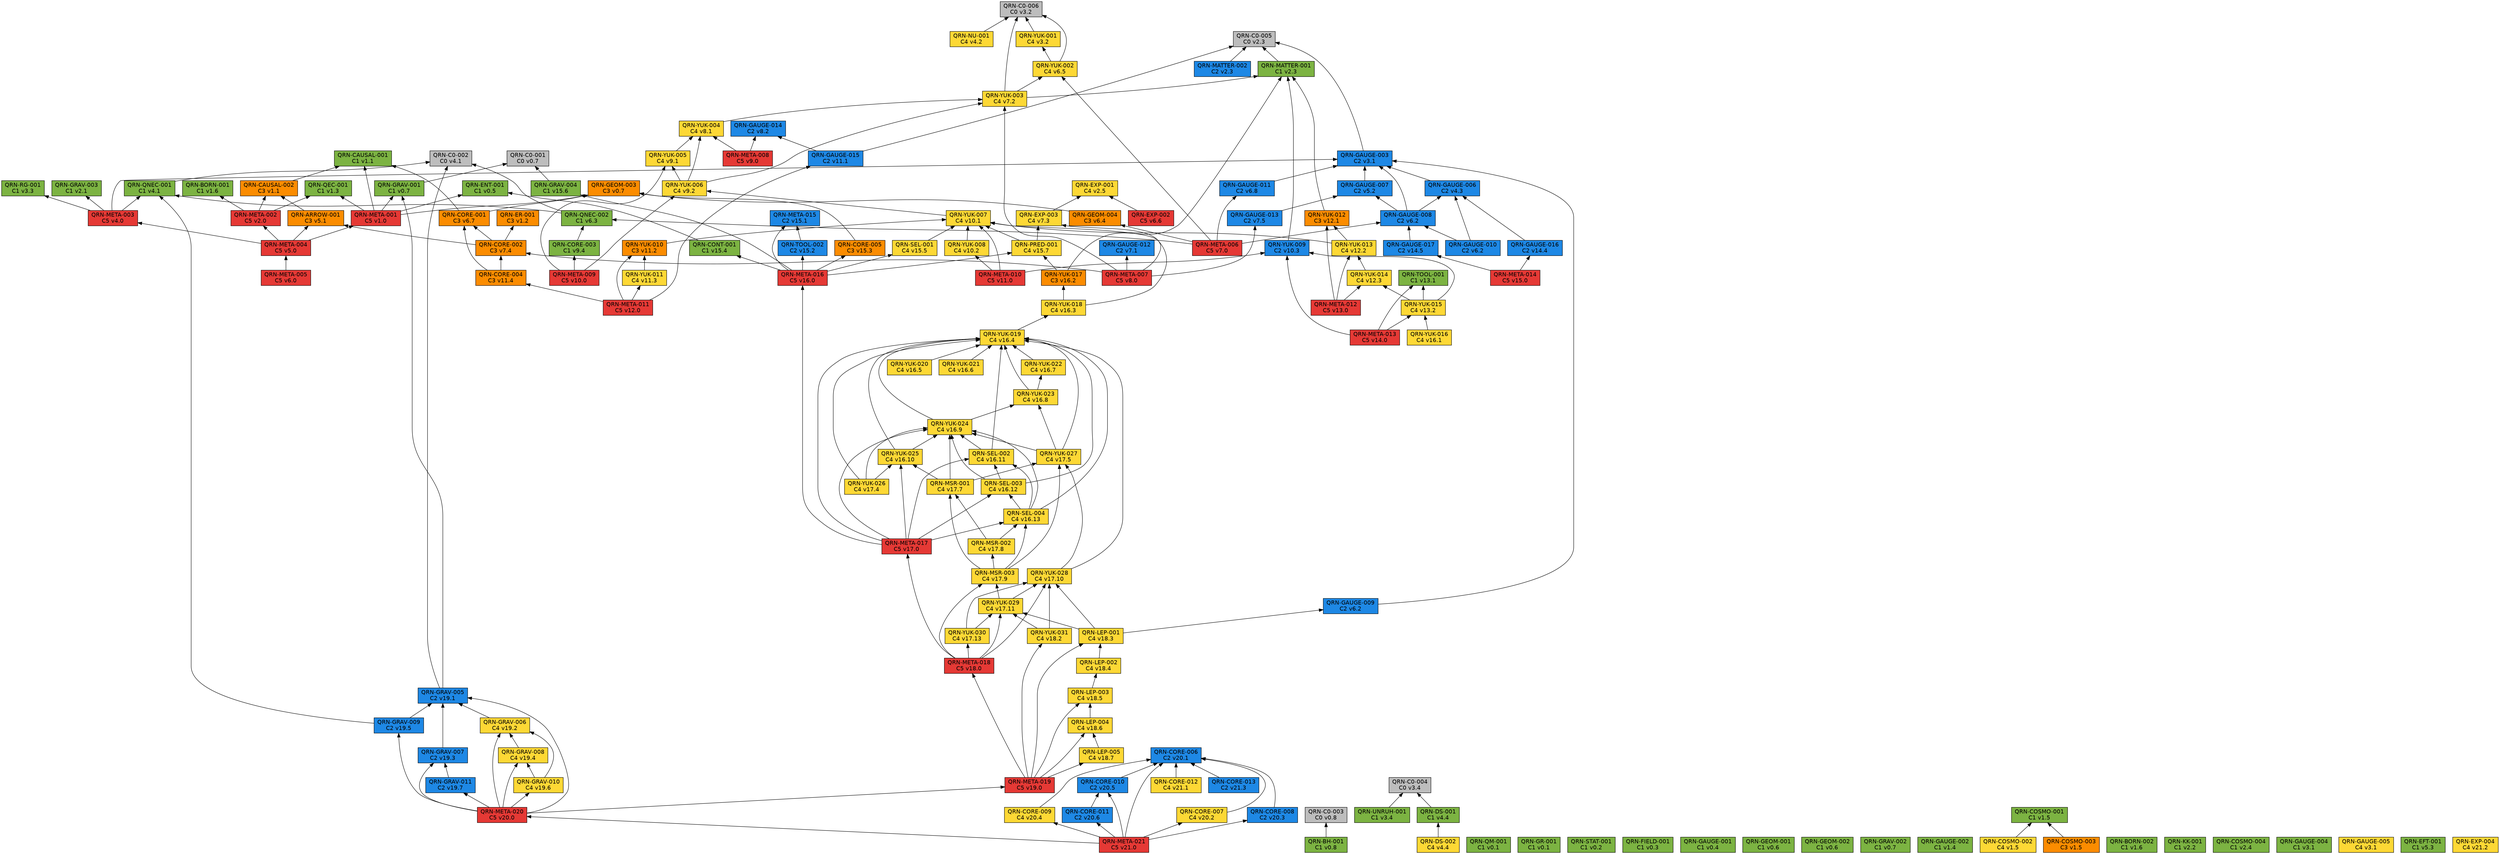
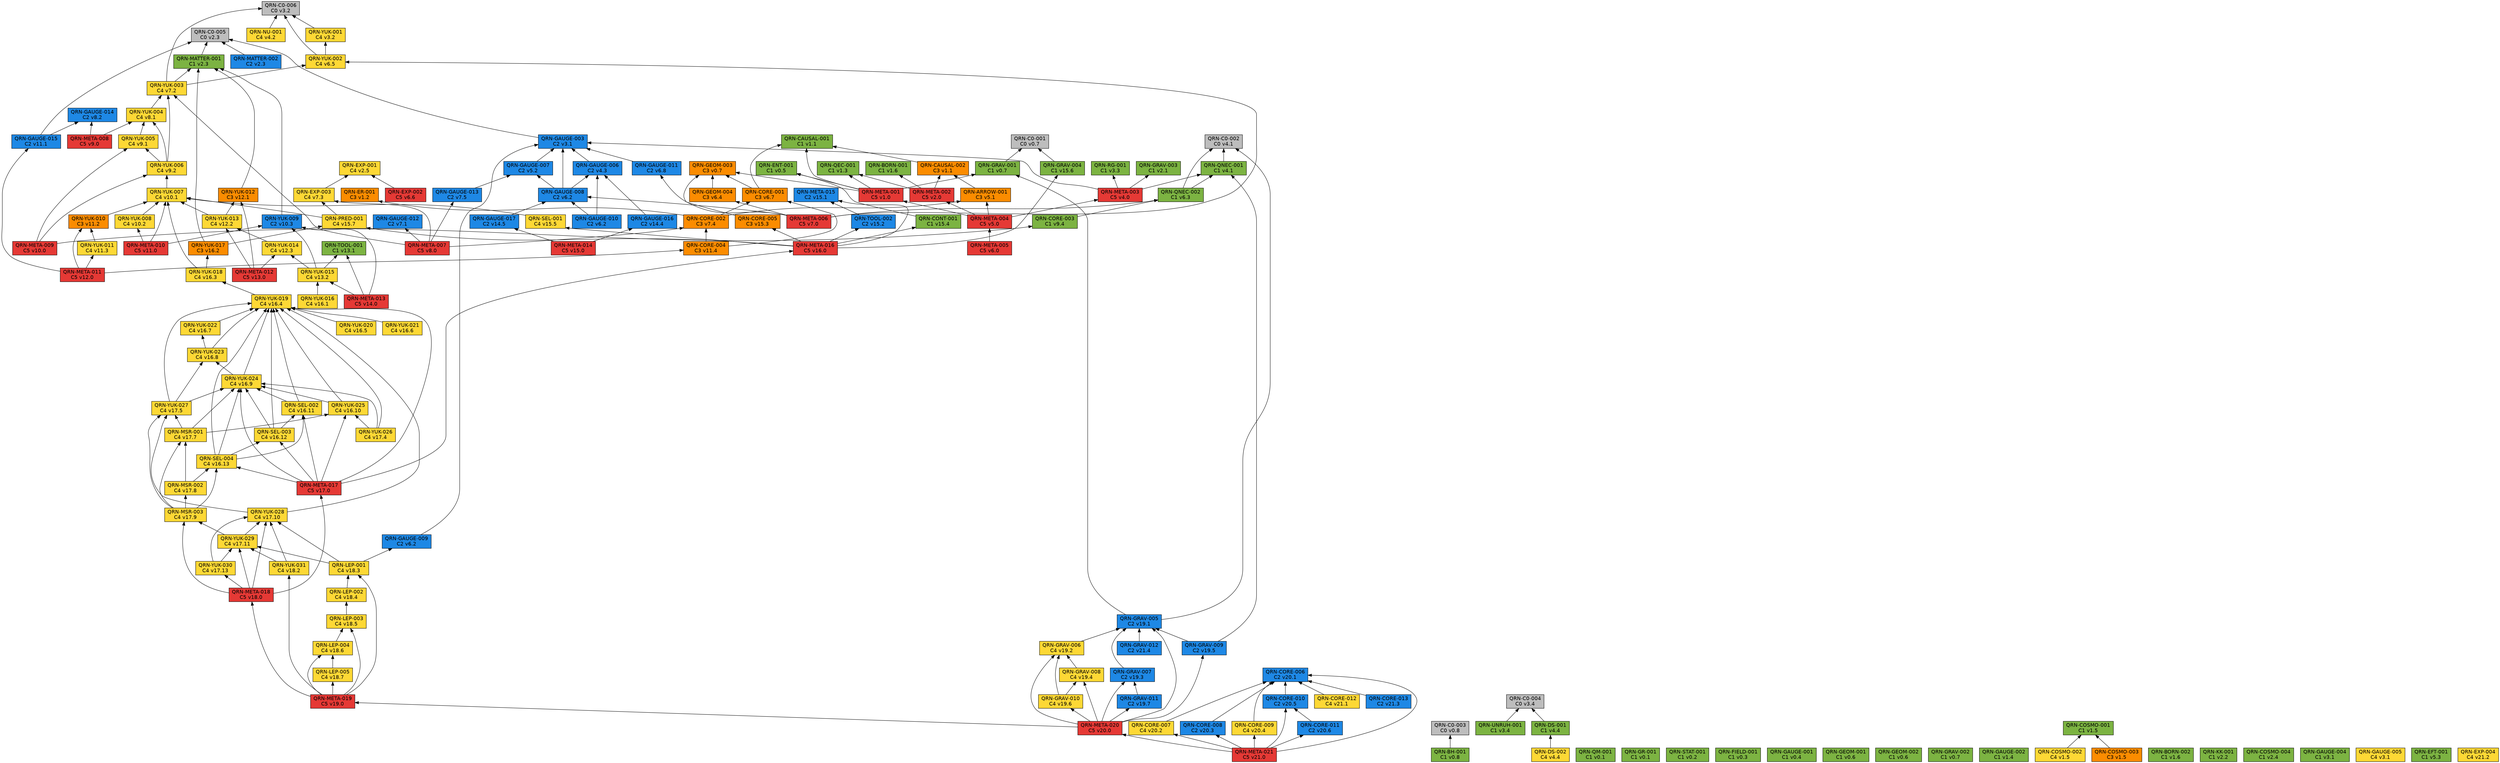
// 自動生成 (dag/report.pl) — QRN 主張依存グラフ
digraph qrn {
  rankdir=BT;
  node [shape=box, style=filled, fontname="Helvetica"];
  "QRN-C0-001" [fillcolor="#bdbdbd", label="QRN-C0-001\nC0 v0.7"];
  "QRN-C0-002" [fillcolor="#bdbdbd", label="QRN-C0-002\nC0 v4.1"];
  "QRN-C0-003" [fillcolor="#bdbdbd", label="QRN-C0-003\nC0 v0.8"];
  "QRN-C0-004" [fillcolor="#bdbdbd", label="QRN-C0-004\nC0 v3.4"];
  "QRN-C0-005" [fillcolor="#bdbdbd", label="QRN-C0-005\nC0 v2.3"];
  "QRN-C0-006" [fillcolor="#bdbdbd", label="QRN-C0-006\nC0 v3.2"];
  "QRN-QM-001" [fillcolor="#7cb342", label="QRN-QM-001\nC1 v0.1"];
  "QRN-GR-001" [fillcolor="#7cb342", label="QRN-GR-001\nC1 v0.1"];
  "QRN-STAT-001" [fillcolor="#7cb342", label="QRN-STAT-001\nC1 v0.2"];
  "QRN-FIELD-001" [fillcolor="#7cb342", label="QRN-FIELD-001\nC1 v0.3"];
  "QRN-GAUGE-001" [fillcolor="#7cb342", label="QRN-GAUGE-001\nC1 v0.4"];
  "QRN-ENT-001" [fillcolor="#7cb342", label="QRN-ENT-001\nC1 v0.5"];
  "QRN-GEOM-001" [fillcolor="#7cb342", label="QRN-GEOM-001\nC1 v0.6"];
  "QRN-GEOM-002" [fillcolor="#7cb342", label="QRN-GEOM-002\nC1 v0.6"];
  "QRN-GEOM-003" [fillcolor="#fb8c00", label="QRN-GEOM-003\nC3 v0.7"];
  "QRN-GRAV-001" [fillcolor="#7cb342", label="QRN-GRAV-001\nC1 v0.7"];
  "QRN-GRAV-002" [fillcolor="#7cb342", label="QRN-GRAV-002\nC1 v0.7"];
  "QRN-BH-001" [fillcolor="#7cb342", label="QRN-BH-001\nC1 v0.8"];
  "QRN-CAUSAL-001" [fillcolor="#7cb342", label="QRN-CAUSAL-001\nC1 v1.1"];
  "QRN-CAUSAL-002" [fillcolor="#fb8c00", label="QRN-CAUSAL-002\nC3 v1.1"];
  "QRN-ER-001" [fillcolor="#fb8c00", label="QRN-ER-001\nC3 v1.2"];
  "QRN-QEC-001" [fillcolor="#7cb342", label="QRN-QEC-001\nC1 v1.3"];
  "QRN-GAUGE-002" [fillcolor="#7cb342", label="QRN-GAUGE-002\nC1 v1.4"];
  "QRN-COSMO-001" [fillcolor="#7cb342", label="QRN-COSMO-001\nC1 v1.5"];
  "QRN-COSMO-002" [fillcolor="#fdd835", label="QRN-COSMO-002\nC4 v1.5"];
  "QRN-COSMO-003" [fillcolor="#fb8c00", label="QRN-COSMO-003\nC3 v1.5"];
  "QRN-BORN-001" [fillcolor="#7cb342", label="QRN-BORN-001\nC1 v1.6"];
  "QRN-BORN-002" [fillcolor="#7cb342", label="QRN-BORN-002\nC1 v1.6"];
  "QRN-GRAV-003" [fillcolor="#7cb342", label="QRN-GRAV-003\nC1 v2.1"];
  "QRN-KK-001" [fillcolor="#7cb342", label="QRN-KK-001\nC1 v2.2"];
  "QRN-MATTER-001" [fillcolor="#7cb342", label="QRN-MATTER-001\nC1 v2.3"];
  "QRN-MATTER-002" [fillcolor="#1e88e5", label="QRN-MATTER-002\nC2 v2.3"];
  "QRN-COSMO-004" [fillcolor="#7cb342", label="QRN-COSMO-004\nC1 v2.4"];
  "QRN-EXP-001" [fillcolor="#fdd835", label="QRN-EXP-001\nC4 v2.5"];
  "QRN-GAUGE-003" [fillcolor="#1e88e5", label="QRN-GAUGE-003\nC2 v3.1"];
  "QRN-GAUGE-004" [fillcolor="#7cb342", label="QRN-GAUGE-004\nC1 v3.1"];
  "QRN-GAUGE-005" [fillcolor="#fdd835", label="QRN-GAUGE-005\nC4 v3.1"];
  "QRN-YUK-001" [fillcolor="#fdd835", label="QRN-YUK-001\nC4 v3.2"];
  "QRN-RG-001" [fillcolor="#7cb342", label="QRN-RG-001\nC1 v3.3"];
  "QRN-UNRUH-001" [fillcolor="#7cb342", label="QRN-UNRUH-001\nC1 v3.4"];
  "QRN-QNEC-001" [fillcolor="#7cb342", label="QRN-QNEC-001\nC1 v4.1"];
  "QRN-NU-001" [fillcolor="#fdd835", label="QRN-NU-001\nC4 v4.2"];
  "QRN-GAUGE-006" [fillcolor="#1e88e5", label="QRN-GAUGE-006\nC2 v4.3"];
  "QRN-DS-001" [fillcolor="#7cb342", label="QRN-DS-001\nC1 v4.4"];
  "QRN-DS-002" [fillcolor="#fdd835", label="QRN-DS-002\nC4 v4.4"];
  "QRN-ARROW-001" [fillcolor="#fb8c00", label="QRN-ARROW-001\nC3 v5.1"];
  "QRN-GAUGE-007" [fillcolor="#1e88e5", label="QRN-GAUGE-007\nC2 v5.2"];
  "QRN-EFT-001" [fillcolor="#7cb342", label="QRN-EFT-001\nC1 v5.3"];
  "QRN-GAUGE-008" [fillcolor="#1e88e5", label="QRN-GAUGE-008\nC2 v6.2"];
  "QRN-GAUGE-009" [fillcolor="#1e88e5", label="QRN-GAUGE-009\nC2 v6.2"];
  "QRN-GAUGE-010" [fillcolor="#1e88e5", label="QRN-GAUGE-010\nC2 v6.2"];
  "QRN-QNEC-002" [fillcolor="#7cb342", label="QRN-QNEC-002\nC1 v6.3"];
  "QRN-GEOM-004" [fillcolor="#fb8c00", label="QRN-GEOM-004\nC3 v6.4"];
  "QRN-YUK-002" [fillcolor="#fdd835", label="QRN-YUK-002\nC4 v6.5"];
  "QRN-EXP-002" [fillcolor="#e53935", label="QRN-EXP-002\nC5 v6.6"];
  "QRN-CORE-001" [fillcolor="#fb8c00", label="QRN-CORE-001\nC3 v6.7"];
  "QRN-GAUGE-011" [fillcolor="#1e88e5", label="QRN-GAUGE-011\nC2 v6.8"];
  "QRN-GAUGE-012" [fillcolor="#1e88e5", label="QRN-GAUGE-012\nC2 v7.1"];
  "QRN-YUK-003" [fillcolor="#fdd835", label="QRN-YUK-003\nC4 v7.2"];
  "QRN-EXP-003" [fillcolor="#fdd835", label="QRN-EXP-003\nC4 v7.3"];
  "QRN-CORE-002" [fillcolor="#fb8c00", label="QRN-CORE-002\nC3 v7.4"];
  "QRN-GAUGE-013" [fillcolor="#1e88e5", label="QRN-GAUGE-013\nC2 v7.5"];
  "QRN-YUK-004" [fillcolor="#fdd835", label="QRN-YUK-004\nC4 v8.1"];
  "QRN-GAUGE-014" [fillcolor="#1e88e5", label="QRN-GAUGE-014\nC2 v8.2"];
  "QRN-META-001" [fillcolor="#e53935", label="QRN-META-001\nC5 v1.0"];
  "QRN-META-002" [fillcolor="#e53935", label="QRN-META-002\nC5 v2.0"];
  "QRN-META-003" [fillcolor="#e53935", label="QRN-META-003\nC5 v4.0"];
  "QRN-META-004" [fillcolor="#e53935", label="QRN-META-004\nC5 v5.0"];
  "QRN-META-005" [fillcolor="#e53935", label="QRN-META-005\nC5 v6.0"];
  "QRN-META-006" [fillcolor="#e53935", label="QRN-META-006\nC5 v7.0"];
  "QRN-META-007" [fillcolor="#e53935", label="QRN-META-007\nC5 v8.0"];
  "QRN-META-008" [fillcolor="#e53935", label="QRN-META-008\nC5 v9.0"];
  "QRN-YUK-005" [fillcolor="#fdd835", label="QRN-YUK-005\nC4 v9.1"];
  "QRN-YUK-006" [fillcolor="#fdd835", label="QRN-YUK-006\nC4 v9.2"];
  "QRN-CORE-003" [fillcolor="#7cb342", label="QRN-CORE-003\nC1 v9.4"];
  "QRN-META-009" [fillcolor="#e53935", label="QRN-META-009\nC5 v10.0"];
  "QRN-YUK-007" [fillcolor="#fdd835", label="QRN-YUK-007\nC4 v10.1"];
  "QRN-YUK-008" [fillcolor="#fdd835", label="QRN-YUK-008\nC4 v10.2"];
  "QRN-YUK-009" [fillcolor="#1e88e5", label="QRN-YUK-009\nC2 v10.3"];
  "QRN-META-010" [fillcolor="#e53935", label="QRN-META-010\nC5 v11.0"];
  "QRN-GAUGE-015" [fillcolor="#1e88e5", label="QRN-GAUGE-015\nC2 v11.1"];
  "QRN-YUK-010" [fillcolor="#fb8c00", label="QRN-YUK-010\nC3 v11.2"];
  "QRN-YUK-011" [fillcolor="#fdd835", label="QRN-YUK-011\nC4 v11.3"];
  "QRN-CORE-004" [fillcolor="#fb8c00", label="QRN-CORE-004\nC3 v11.4"];
  "QRN-META-011" [fillcolor="#e53935", label="QRN-META-011\nC5 v12.0"];
  "QRN-YUK-012" [fillcolor="#fb8c00", label="QRN-YUK-012\nC3 v12.1"];
  "QRN-YUK-013" [fillcolor="#fdd835", label="QRN-YUK-013\nC4 v12.2"];
  "QRN-YUK-014" [fillcolor="#fdd835", label="QRN-YUK-014\nC4 v12.3"];
  "QRN-META-012" [fillcolor="#e53935", label="QRN-META-012\nC5 v13.0"];
  "QRN-TOOL-001" [fillcolor="#7cb342", label="QRN-TOOL-001\nC1 v13.1"];
  "QRN-YUK-015" [fillcolor="#fdd835", label="QRN-YUK-015\nC4 v13.2"];
  "QRN-META-013" [fillcolor="#e53935", label="QRN-META-013\nC5 v14.0"];
  "QRN-GAUGE-016" [fillcolor="#1e88e5", label="QRN-GAUGE-016\nC2 v14.4"];
  "QRN-GAUGE-017" [fillcolor="#1e88e5", label="QRN-GAUGE-017\nC2 v14.5"];
  "QRN-META-014" [fillcolor="#e53935", label="QRN-META-014\nC5 v15.0"];
  "QRN-META-015" [fillcolor="#1e88e5", label="QRN-META-015\nC2 v15.1"];
  "QRN-TOOL-002" [fillcolor="#1e88e5", label="QRN-TOOL-002\nC2 v15.2"];
  "QRN-CORE-005" [fillcolor="#fb8c00", label="QRN-CORE-005\nC3 v15.3"];
  "QRN-CONT-001" [fillcolor="#7cb342", label="QRN-CONT-001\nC1 v15.4"];
  "QRN-SEL-001" [fillcolor="#fdd835", label="QRN-SEL-001\nC4 v15.5"];
  "QRN-GRAV-004" [fillcolor="#7cb342", label="QRN-GRAV-004\nC1 v15.6"];
  "QRN-PRED-001" [fillcolor="#fdd835", label="QRN-PRED-001\nC4 v15.7"];
  "QRN-META-016" [fillcolor="#e53935", label="QRN-META-016\nC5 v16.0"];
  "QRN-YUK-016" [fillcolor="#fdd835", label="QRN-YUK-016\nC4 v16.1"];
  "QRN-YUK-017" [fillcolor="#fb8c00", label="QRN-YUK-017\nC3 v16.2"];
  "QRN-YUK-018" [fillcolor="#fdd835", label="QRN-YUK-018\nC4 v16.3"];
  "QRN-YUK-019" [fillcolor="#fdd835", label="QRN-YUK-019\nC4 v16.4"];
  "QRN-YUK-020" [fillcolor="#fdd835", label="QRN-YUK-020\nC4 v16.5"];
  "QRN-YUK-021" [fillcolor="#fdd835", label="QRN-YUK-021\nC4 v16.6"];
  "QRN-YUK-022" [fillcolor="#fdd835", label="QRN-YUK-022\nC4 v16.7"];
  "QRN-YUK-023" [fillcolor="#fdd835", label="QRN-YUK-023\nC4 v16.8"];
  "QRN-YUK-024" [fillcolor="#fdd835", label="QRN-YUK-024\nC4 v16.9"];
  "QRN-YUK-025" [fillcolor="#fdd835", label="QRN-YUK-025\nC4 v16.10"];
  "QRN-SEL-002" [fillcolor="#fdd835", label="QRN-SEL-002\nC4 v16.11"];
  "QRN-SEL-003" [fillcolor="#fdd835", label="QRN-SEL-003\nC4 v16.12"];
  "QRN-SEL-004" [fillcolor="#fdd835", label="QRN-SEL-004\nC4 v16.13"];
  "QRN-META-017" [fillcolor="#e53935", label="QRN-META-017\nC5 v17.0"];
  "QRN-YUK-026" [fillcolor="#fdd835", label="QRN-YUK-026\nC4 v17.4"];
  "QRN-YUK-027" [fillcolor="#fdd835", label="QRN-YUK-027\nC4 v17.5"];
  "QRN-MSR-001" [fillcolor="#fdd835", label="QRN-MSR-001\nC4 v17.7"];
  "QRN-MSR-002" [fillcolor="#fdd835", label="QRN-MSR-002\nC4 v17.8"];
  "QRN-MSR-003" [fillcolor="#fdd835", label="QRN-MSR-003\nC4 v17.9"];
  "QRN-YUK-028" [fillcolor="#fdd835", label="QRN-YUK-028\nC4 v17.10"];
  "QRN-YUK-029" [fillcolor="#fdd835", label="QRN-YUK-029\nC4 v17.11"];
  "QRN-YUK-030" [fillcolor="#fdd835", label="QRN-YUK-030\nC4 v17.13"];
  "QRN-META-018" [fillcolor="#e53935", label="QRN-META-018\nC5 v18.0"];
  "QRN-YUK-031" [fillcolor="#fdd835", label="QRN-YUK-031\nC4 v18.2"];
  "QRN-LEP-001" [fillcolor="#fdd835", label="QRN-LEP-001\nC4 v18.3"];
  "QRN-LEP-002" [fillcolor="#fdd835", label="QRN-LEP-002\nC4 v18.4"];
  "QRN-LEP-003" [fillcolor="#fdd835", label="QRN-LEP-003\nC4 v18.5"];
  "QRN-LEP-004" [fillcolor="#fdd835", label="QRN-LEP-004\nC4 v18.6"];
  "QRN-LEP-005" [fillcolor="#fdd835", label="QRN-LEP-005\nC4 v18.7"];
  "QRN-META-019" [fillcolor="#e53935", label="QRN-META-019\nC5 v19.0"];
  "QRN-GRAV-005" [fillcolor="#1e88e5", label="QRN-GRAV-005\nC2 v19.1"];
  "QRN-GRAV-006" [fillcolor="#fdd835", label="QRN-GRAV-006\nC4 v19.2"];
  "QRN-GRAV-007" [fillcolor="#1e88e5", label="QRN-GRAV-007\nC2 v19.3"];
  "QRN-GRAV-008" [fillcolor="#fdd835", label="QRN-GRAV-008\nC4 v19.4"];
  "QRN-GRAV-009" [fillcolor="#1e88e5", label="QRN-GRAV-009\nC2 v19.5"];
  "QRN-GRAV-010" [fillcolor="#fdd835", label="QRN-GRAV-010\nC4 v19.6"];
  "QRN-GRAV-011" [fillcolor="#1e88e5", label="QRN-GRAV-011\nC2 v19.7"];
  "QRN-META-020" [fillcolor="#e53935", label="QRN-META-020\nC5 v20.0"];
  "QRN-CORE-006" [fillcolor="#1e88e5", label="QRN-CORE-006\nC2 v20.1"];
  "QRN-CORE-007" [fillcolor="#fdd835", label="QRN-CORE-007\nC4 v20.2"];
  "QRN-CORE-008" [fillcolor="#1e88e5", label="QRN-CORE-008\nC2 v20.3"];
  "QRN-CORE-009" [fillcolor="#fdd835", label="QRN-CORE-009\nC4 v20.4"];
  "QRN-CORE-010" [fillcolor="#1e88e5", label="QRN-CORE-010\nC2 v20.5"];
  "QRN-CORE-011" [fillcolor="#1e88e5", label="QRN-CORE-011\nC2 v20.6"];
  "QRN-META-021" [fillcolor="#e53935", label="QRN-META-021\nC5 v21.0"];
  "QRN-CORE-012" [fillcolor="#fdd835", label="QRN-CORE-012\nC4 v21.1"];
  "QRN-EXP-004" [fillcolor="#fdd835", label="QRN-EXP-004\nC4 v21.2"];
  "QRN-CORE-013" [fillcolor="#1e88e5", label="QRN-CORE-013\nC2 v21.3"];
+   "QRN-GRAV-012" [fillcolor="#1e88e5", label="QRN-GRAV-012\nC2 v21.4"];
  "QRN-GRAV-001" -> "QRN-C0-001";
  "QRN-BH-001" -> "QRN-C0-003";
  "QRN-CAUSAL-002" -> "QRN-CAUSAL-001";
  "QRN-COSMO-002" -> "QRN-COSMO-001";
  "QRN-COSMO-003" -> "QRN-COSMO-001";
  "QRN-MATTER-001" -> "QRN-C0-005";
  "QRN-MATTER-002" -> "QRN-C0-005";
  "QRN-GAUGE-003" -> "QRN-C0-005";
  "QRN-YUK-001" -> "QRN-C0-006";
  "QRN-UNRUH-001" -> "QRN-C0-004";
  "QRN-QNEC-001" -> "QRN-C0-002";
  "QRN-NU-001" -> "QRN-C0-006";
  "QRN-GAUGE-006" -> "QRN-GAUGE-003";
  "QRN-DS-001" -> "QRN-C0-004";
  "QRN-DS-002" -> "QRN-DS-001";
  "QRN-ARROW-001" -> "QRN-CAUSAL-002";
  "QRN-GAUGE-007" -> "QRN-GAUGE-003";
  "QRN-GAUGE-008" -> "QRN-GAUGE-003";
  "QRN-GAUGE-008" -> "QRN-GAUGE-006";
  "QRN-GAUGE-008" -> "QRN-GAUGE-007";
  "QRN-GAUGE-009" -> "QRN-GAUGE-003";
  "QRN-GAUGE-010" -> "QRN-GAUGE-006";
  "QRN-GAUGE-010" -> "QRN-GAUGE-008";
  "QRN-QNEC-002" -> "QRN-C0-002";
  "QRN-QNEC-002" -> "QRN-QNEC-001";
  "QRN-GEOM-004" -> "QRN-GEOM-003";
  "QRN-YUK-002" -> "QRN-C0-006";
  "QRN-YUK-002" -> "QRN-YUK-001";
  "QRN-EXP-002" -> "QRN-EXP-001";
  "QRN-CORE-001" -> "QRN-GEOM-003";
  "QRN-CORE-001" -> "QRN-CAUSAL-001";
  "QRN-GAUGE-011" -> "QRN-GAUGE-003";
  "QRN-YUK-003" -> "QRN-C0-006";
  "QRN-YUK-003" -> "QRN-MATTER-001";
  "QRN-YUK-003" -> "QRN-YUK-002";
  "QRN-EXP-003" -> "QRN-EXP-001";
  "QRN-CORE-002" -> "QRN-CORE-001";
  "QRN-CORE-002" -> "QRN-ER-001";
  "QRN-CORE-002" -> "QRN-ARROW-001";
  "QRN-GAUGE-013" -> "QRN-GAUGE-007";
  "QRN-YUK-004" -> "QRN-YUK-003";
  "QRN-META-001" -> "QRN-GEOM-003";
  "QRN-META-001" -> "QRN-GRAV-001";
  "QRN-META-001" -> "QRN-CAUSAL-001";
  "QRN-META-001" -> "QRN-QEC-001";
  "QRN-META-001" -> "QRN-ENT-001";
  "QRN-META-002" -> "QRN-QEC-001";
  "QRN-META-002" -> "QRN-BORN-001";
  "QRN-META-002" -> "QRN-CAUSAL-002";
  "QRN-META-003" -> "QRN-GAUGE-003";
  "QRN-META-003" -> "QRN-RG-001";
  "QRN-META-003" -> "QRN-QNEC-001";
  "QRN-META-003" -> "QRN-GRAV-003";
  "QRN-META-004" -> "QRN-META-001";
  "QRN-META-004" -> "QRN-META-002";
  "QRN-META-004" -> "QRN-META-003";
  "QRN-META-004" -> "QRN-ARROW-001";
  "QRN-META-005" -> "QRN-META-004";
  "QRN-META-006" -> "QRN-GAUGE-008";
  "QRN-META-006" -> "QRN-QNEC-002";
  "QRN-META-006" -> "QRN-GEOM-004";
  "QRN-META-006" -> "QRN-YUK-002";
  "QRN-META-006" -> "QRN-GAUGE-011";
  "QRN-META-007" -> "QRN-GAUGE-012";
  "QRN-META-007" -> "QRN-YUK-003";
  "QRN-META-007" -> "QRN-EXP-003";
  "QRN-META-007" -> "QRN-CORE-002";
  "QRN-META-007" -> "QRN-GAUGE-013";
  "QRN-META-008" -> "QRN-YUK-004";
  "QRN-META-008" -> "QRN-GAUGE-014";
  "QRN-YUK-005" -> "QRN-YUK-004";
  "QRN-YUK-006" -> "QRN-YUK-003";
  "QRN-YUK-006" -> "QRN-YUK-004";
  "QRN-YUK-006" -> "QRN-YUK-005";
  "QRN-CORE-003" -> "QRN-QNEC-002";
  "QRN-META-009" -> "QRN-YUK-005";
  "QRN-META-009" -> "QRN-YUK-006";
  "QRN-META-009" -> "QRN-CORE-003";
  "QRN-YUK-007" -> "QRN-YUK-006";
  "QRN-YUK-008" -> "QRN-YUK-007";
  "QRN-YUK-009" -> "QRN-MATTER-001";
  "QRN-META-010" -> "QRN-YUK-007";
  "QRN-META-010" -> "QRN-YUK-008";
  "QRN-META-010" -> "QRN-YUK-009";
  "QRN-GAUGE-015" -> "QRN-C0-005";
  "QRN-GAUGE-015" -> "QRN-GAUGE-014";
  "QRN-YUK-010" -> "QRN-YUK-007";
  "QRN-YUK-011" -> "QRN-YUK-010";
  "QRN-CORE-004" -> "QRN-CORE-001";
  "QRN-CORE-004" -> "QRN-CORE-002";
  "QRN-META-011" -> "QRN-GAUGE-015";
  "QRN-META-011" -> "QRN-YUK-010";
  "QRN-META-011" -> "QRN-YUK-011";
  "QRN-META-011" -> "QRN-CORE-004";
  "QRN-YUK-012" -> "QRN-MATTER-001";
  "QRN-YUK-013" -> "QRN-YUK-012";
  "QRN-YUK-013" -> "QRN-YUK-007";
  "QRN-YUK-014" -> "QRN-YUK-013";
  "QRN-META-012" -> "QRN-YUK-012";
  "QRN-META-012" -> "QRN-YUK-013";
  "QRN-META-012" -> "QRN-YUK-014";
  "QRN-YUK-015" -> "QRN-YUK-014";
  "QRN-YUK-015" -> "QRN-TOOL-001";
  "QRN-YUK-015" -> "QRN-YUK-009";
  "QRN-META-013" -> "QRN-YUK-015";
  "QRN-META-013" -> "QRN-TOOL-001";
  "QRN-META-013" -> "QRN-YUK-009";
  "QRN-GAUGE-016" -> "QRN-GAUGE-006";
  "QRN-GAUGE-017" -> "QRN-GAUGE-008";
  "QRN-META-014" -> "QRN-GAUGE-016";
  "QRN-META-014" -> "QRN-GAUGE-017";
  "QRN-TOOL-002" -> "QRN-META-015";
  "QRN-CORE-005" -> "QRN-GEOM-003";
  "QRN-CONT-001" -> "QRN-ENT-001";
  "QRN-SEL-001" -> "QRN-YUK-007";
  "QRN-GRAV-004" -> "QRN-C0-001";
  "QRN-PRED-001" -> "QRN-YUK-007";
  "QRN-PRED-001" -> "QRN-EXP-003";
  "QRN-META-016" -> "QRN-META-015";
  "QRN-META-016" -> "QRN-TOOL-002";
  "QRN-META-016" -> "QRN-CORE-005";
  "QRN-META-016" -> "QRN-CONT-001";
  "QRN-META-016" -> "QRN-SEL-001";
  "QRN-META-016" -> "QRN-GRAV-004";
  "QRN-META-016" -> "QRN-PRED-001";
  "QRN-YUK-016" -> "QRN-YUK-015";
  "QRN-YUK-017" -> "QRN-MATTER-001";
  "QRN-YUK-017" -> "QRN-PRED-001";
  "QRN-YUK-018" -> "QRN-YUK-017";
  "QRN-YUK-018" -> "QRN-YUK-007";
  "QRN-YUK-019" -> "QRN-YUK-018";
  "QRN-YUK-020" -> "QRN-YUK-019";
  "QRN-YUK-021" -> "QRN-YUK-019";
  "QRN-YUK-022" -> "QRN-YUK-019";
  "QRN-YUK-023" -> "QRN-YUK-019";
  "QRN-YUK-023" -> "QRN-YUK-022";
  "QRN-YUK-024" -> "QRN-YUK-019";
  "QRN-YUK-024" -> "QRN-YUK-023";
  "QRN-YUK-025" -> "QRN-YUK-019";
  "QRN-YUK-025" -> "QRN-YUK-024";
  "QRN-SEL-002" -> "QRN-YUK-019";
  "QRN-SEL-002" -> "QRN-YUK-024";
  "QRN-SEL-003" -> "QRN-YUK-019";
  "QRN-SEL-003" -> "QRN-YUK-024";
  "QRN-SEL-003" -> "QRN-SEL-002";
  "QRN-SEL-004" -> "QRN-YUK-019";
  "QRN-SEL-004" -> "QRN-YUK-024";
  "QRN-SEL-004" -> "QRN-SEL-002";
  "QRN-SEL-004" -> "QRN-SEL-003";
  "QRN-META-017" -> "QRN-META-016";
  "QRN-META-017" -> "QRN-YUK-019";
  "QRN-META-017" -> "QRN-YUK-024";
  "QRN-META-017" -> "QRN-YUK-025";
  "QRN-META-017" -> "QRN-SEL-002";
  "QRN-META-017" -> "QRN-SEL-003";
  "QRN-META-017" -> "QRN-SEL-004";
  "QRN-YUK-026" -> "QRN-YUK-019";
  "QRN-YUK-026" -> "QRN-YUK-024";
  "QRN-YUK-026" -> "QRN-YUK-025";
  "QRN-YUK-027" -> "QRN-YUK-019";
  "QRN-YUK-027" -> "QRN-YUK-023";
  "QRN-YUK-027" -> "QRN-YUK-024";
  "QRN-MSR-001" -> "QRN-YUK-024";
  "QRN-MSR-001" -> "QRN-YUK-025";
  "QRN-MSR-001" -> "QRN-YUK-027";
  "QRN-MSR-002" -> "QRN-SEL-004";
  "QRN-MSR-002" -> "QRN-MSR-001";
  "QRN-MSR-003" -> "QRN-MSR-001";
  "QRN-MSR-003" -> "QRN-MSR-002";
  "QRN-MSR-003" -> "QRN-SEL-004";
  "QRN-MSR-003" -> "QRN-YUK-027";
  "QRN-YUK-028" -> "QRN-YUK-019";
  "QRN-YUK-028" -> "QRN-YUK-027";
  "QRN-YUK-029" -> "QRN-YUK-028";
  "QRN-YUK-029" -> "QRN-MSR-003";
  "QRN-YUK-030" -> "QRN-YUK-028";
  "QRN-YUK-030" -> "QRN-YUK-029";
  "QRN-META-018" -> "QRN-META-017";
  "QRN-META-018" -> "QRN-MSR-003";
  "QRN-META-018" -> "QRN-YUK-028";
  "QRN-META-018" -> "QRN-YUK-029";
  "QRN-META-018" -> "QRN-YUK-030";
  "QRN-YUK-031" -> "QRN-YUK-028";
  "QRN-YUK-031" -> "QRN-YUK-029";
  "QRN-LEP-001" -> "QRN-YUK-028";
  "QRN-LEP-001" -> "QRN-YUK-029";
  "QRN-LEP-001" -> "QRN-GAUGE-009";
  "QRN-LEP-002" -> "QRN-LEP-001";
  "QRN-LEP-003" -> "QRN-LEP-002";
  "QRN-LEP-004" -> "QRN-LEP-003";
  "QRN-LEP-005" -> "QRN-LEP-004";
  "QRN-META-019" -> "QRN-META-018";
  "QRN-META-019" -> "QRN-YUK-031";
  "QRN-META-019" -> "QRN-LEP-001";
  "QRN-META-019" -> "QRN-LEP-003";
  "QRN-META-019" -> "QRN-LEP-004";
  "QRN-META-019" -> "QRN-LEP-005";
  "QRN-GRAV-005" -> "QRN-C0-002";
  "QRN-GRAV-005" -> "QRN-GRAV-001";
  "QRN-GRAV-006" -> "QRN-GRAV-005";
  "QRN-GRAV-007" -> "QRN-GRAV-005";
  "QRN-GRAV-008" -> "QRN-GRAV-006";
  "QRN-GRAV-009" -> "QRN-GRAV-005";
  "QRN-GRAV-009" -> "QRN-QNEC-001";
  "QRN-GRAV-010" -> "QRN-GRAV-006";
  "QRN-GRAV-010" -> "QRN-GRAV-008";
  "QRN-GRAV-011" -> "QRN-GRAV-007";
  "QRN-META-020" -> "QRN-META-019";
  "QRN-META-020" -> "QRN-GRAV-005";
  "QRN-META-020" -> "QRN-GRAV-006";
  "QRN-META-020" -> "QRN-GRAV-007";
  "QRN-META-020" -> "QRN-GRAV-008";
  "QRN-META-020" -> "QRN-GRAV-009";
  "QRN-META-020" -> "QRN-GRAV-010";
  "QRN-META-020" -> "QRN-GRAV-011";
  "QRN-CORE-007" -> "QRN-CORE-006";
  "QRN-CORE-008" -> "QRN-CORE-006";
  "QRN-CORE-009" -> "QRN-CORE-006";
  "QRN-CORE-010" -> "QRN-CORE-006";
  "QRN-CORE-011" -> "QRN-CORE-010";
  "QRN-META-021" -> "QRN-META-020";
  "QRN-META-021" -> "QRN-CORE-006";
  "QRN-META-021" -> "QRN-CORE-007";
  "QRN-META-021" -> "QRN-CORE-008";
  "QRN-META-021" -> "QRN-CORE-009";
  "QRN-META-021" -> "QRN-CORE-010";
  "QRN-META-021" -> "QRN-CORE-011";
  "QRN-CORE-012" -> "QRN-CORE-006";
  "QRN-CORE-013" -> "QRN-CORE-006";
+   "QRN-GRAV-012" -> "QRN-GRAV-005";
}
